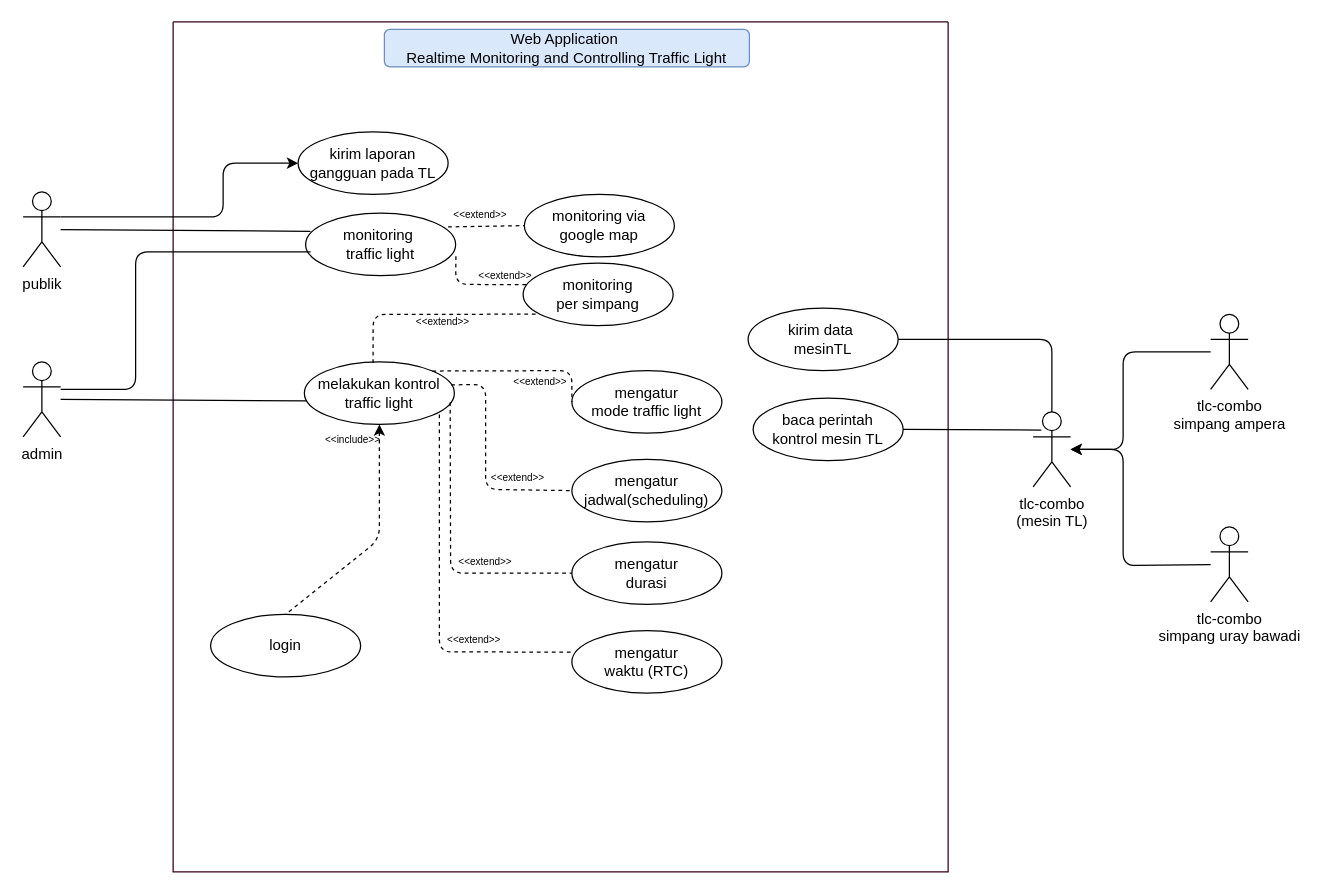
Earlier version of the draw.io diagram page "tlc-ptk-new" (3 of 3) of tlc-prov-usecase.drawio (eenattayani/desain). Source tidied: cells renumbered, new cells numbered last; positions are measured from the earlier drawing's top-left corner, leaving out a move shared by most shapes. Both pictures are drawn from the tidied source at 125%, with x=0, y=0 at pixel (22, 21).
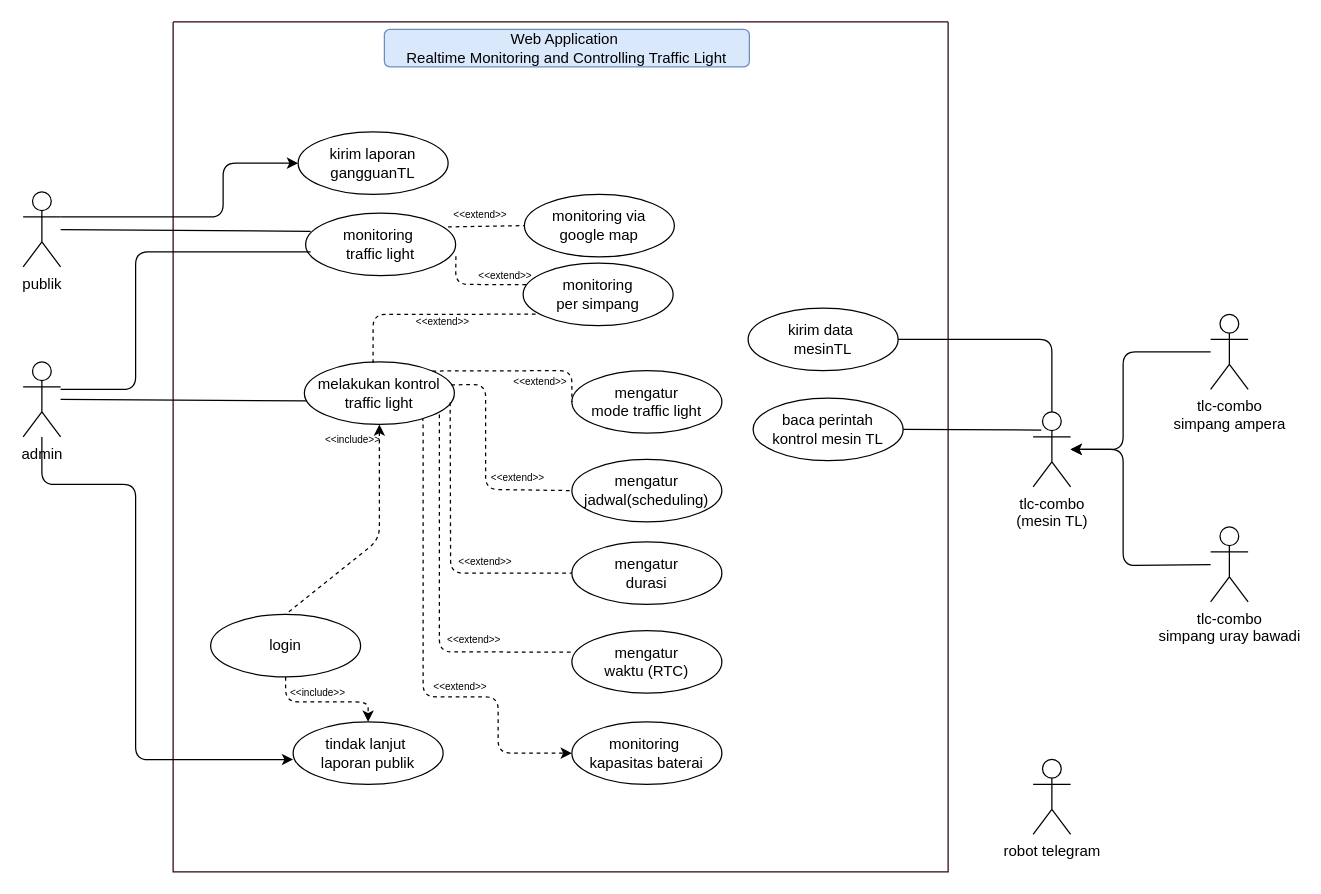
The same page after the edit.

The change refers to these unchanged cells:
```xml
<mxCell id="2" style="group;" parent="1" vertex="1">
  <mxGeometry width="980" height="680" as="geometry" />
</mxCell>
<mxCell id="3" style="swimlane;startSize=0;fillColor=#fff2cc;strokeColor=#33001A;" parent="2" vertex="1">
  <mxGeometry x="120" width="620" height="680" as="geometry" />
</mxCell>
<mxCell id="5" value="login" style="ellipse;whiteSpace=wrap;html=1;" parent="3" vertex="1">
  <mxGeometry x="30" y="474" width="120" height="50" as="geometry" />
</mxCell>
<mxCell id="6" value="melakukan kontrol&lt;div&gt;traffic light&lt;/div&gt;" style="ellipse;whiteSpace=wrap;html=1;" parent="3" vertex="1">
  <mxGeometry x="105" y="272" width="120" height="50" as="geometry" />
</mxCell>
<mxCell id="33" value="admin" style="shape=umlActor;verticalLabelPosition=bottom;verticalAlign=top;html=1;outlineConnect=0;" parent="2" vertex="1">
  <mxGeometry y="272" width="30" height="60" as="geometry" />
</mxCell>
```

Diff of the diagram source:
```diff
@@
+    <mxCell id="46" style="edgeStyle=orthogonalEdgeStyle;rounded=1;jettySize=auto;html=1;exitX=0.5;exitY=1;exitDx=0;exitDy=0;entryX=0.5;entryY=0;entryDx=0;entryDy=0;curved=0;dashed=1;" parent="3" edge="1" source="5" target="48">
+      <mxGeometry relative="1" as="geometry" />
+    </mxCell>
@@
+    <mxCell id="47" style="edgeStyle=orthogonalEdgeStyle;rounded=1;jettySize=auto;html=1;exitX=0.783;exitY=0.895;exitDx=0;exitDy=0;entryX=0;entryY=0.5;entryDx=0;entryDy=0;curved=0;dashed=1;exitPerimeter=0;" parent="3" edge="1" source="6" target="50">
+      <mxGeometry relative="1" as="geometry">
+        <Array as="points">
+          <mxPoint x="200" y="317" />
+          <mxPoint x="200" y="540" />
+          <mxPoint x="260" y="540" />
+          <mxPoint x="260" y="585" />
+        </Array>
+      </mxGeometry>
+    </mxCell>
@@
-    <mxCell id="32" value="kirim laporan gangguan pada TL" style="ellipse;whiteSpace=wrap;html=1;" parent="3" vertex="1">
+    <mxCell id="32" value="kirim laporan gangguanTL" style="ellipse;whiteSpace=wrap;html=1;" parent="3" vertex="1">
       <mxGeometry x="100" y="88" width="120" height="50" as="geometry" />
     </mxCell>
+    <mxCell id="48" value="tindak lanjut&amp;nbsp;&lt;div&gt;laporan publik&lt;/div&gt;" style="ellipse;whiteSpace=wrap;html=1;" parent="3" vertex="1">
+      <mxGeometry x="96" y="560" width="120" height="50" as="geometry" />
+    </mxCell>
+    <mxCell id="49" value="&amp;lt;&amp;lt;include&amp;gt;&amp;gt;" style="text;html=1;align=center;verticalAlign=middle;whiteSpace=wrap;rounded=0;fontSize=8;" parent="3" vertex="1">
+      <mxGeometry x="86" y="532" width="60" height="10" as="geometry" />
+    </mxCell>
+    <mxCell id="50" value="monitoring&amp;nbsp;&lt;div&gt;kapasitas baterai&lt;/div&gt;" style="ellipse;whiteSpace=wrap;html=1;" parent="3" vertex="1">
+      <mxGeometry x="319" y="560" width="120" height="50" as="geometry" />
+    </mxCell>
+    <mxCell id="51" value="&amp;lt;&amp;lt;extend&amp;gt;&amp;gt;" style="text;html=1;align=center;verticalAlign=middle;whiteSpace=wrap;rounded=0;fontSize=8;" parent="3" vertex="1">
+      <mxGeometry x="200" y="527" width="60" height="10" as="geometry" />
+    </mxCell>
@@
+    <mxCell id="52" style="edgeStyle=orthogonalEdgeStyle;rounded=1;jettySize=auto;html=1;curved=0;entryX=0;entryY=0.603;entryDx=0;entryDy=0;entryPerimeter=0;" parent="2" edge="1" source="33" target="48">
+      <mxGeometry relative="1" as="geometry">
+        <Array as="points">
+          <mxPoint x="15" y="370" />
+          <mxPoint x="90" y="370" />
+          <mxPoint x="90" y="590" />
+        </Array>
+      </mxGeometry>
+    </mxCell>
+    <mxCell id="53" value="robot telegram" style="shape=umlActor;verticalLabelPosition=bottom;verticalAlign=top;html=1;" parent="2" vertex="1">
+      <mxGeometry x="808" y="590" width="30" height="60" as="geometry" />
+    </mxCell>
```
